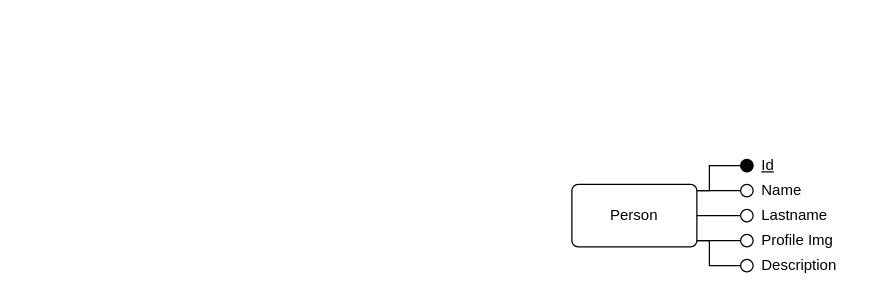
This is DesignDocument/diagrams/ER.drawio from Alenichel/CodiglioniDellOglioNichelini-HypermediaProject, a draw.io file, before an edit. Source tidied: cells renumbered, new cells numbered last; positions are measured from the earlier drawing's top-left corner, leaving out a move shared by most shapes. Both pictures are drawn from the tidied source at 125%, with x=0, y=0 at pixel (571, 152).
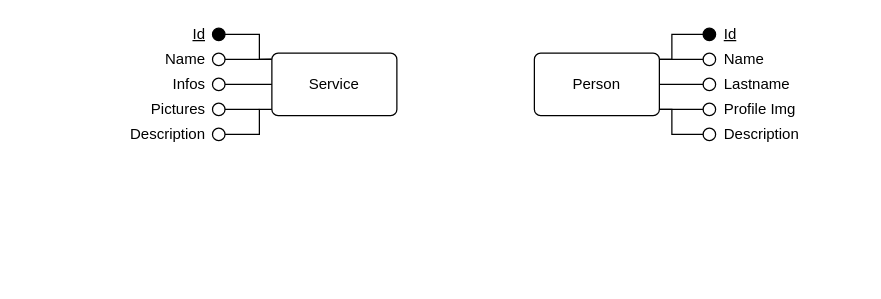
Above is the later version.

The change refers to these unchanged cells:
```xml
<mxCell id="11" style="ellipse;whiteSpace=wrap;html=1;" parent="10" vertex="1">
  <mxGeometry y="5" width="10" height="10" as="geometry" />
</mxCell>
<mxCell id="17" style="ellipse;whiteSpace=wrap;html=1;" parent="16" vertex="1">
  <mxGeometry y="5" width="10" height="10" as="geometry" />
</mxCell>
```

Change to the diagram source:
```diff
@@
+    <mxCell id="23" style="group;" parent="1" vertex="1">
+      <mxGeometry x="-30" y="-105" width="230" height="100" as="geometry" />
+    </mxCell>
+    <mxCell id="24" style="group;" parent="23" vertex="1">
+      <mxGeometry width="230" height="100" as="geometry" />
+    </mxCell>
+    <mxCell id="25" style="group;" parent="24" vertex="1">
+      <mxGeometry width="230" height="100" as="geometry" />
+    </mxCell>
-    <mxCell id="2" value="Person" style="rounded=1;arcSize=10;whiteSpace=wrap;html=1;align=center;" parent="1" vertex="1">
+    <mxCell id="2" value="Person" style="rounded=1;arcSize=10;whiteSpace=wrap;html=1;align=center;" parent="25" vertex="1">
       <mxGeometry y="25" width="100" height="50" as="geometry" />
     </mxCell>
-    <mxCell id="3" style="endArrow=none;html=1;rounded=0;entryX=0;entryY=0.5;entryDx=0;entryDy=0;exitX=1.001;exitY=0.1;exitDx=0;exitDy=0;exitPerimeter=0;" parent="1" edge="1" source="2" target="6">
-      <mxGeometry relative="1" as="geometry">
-        <Array as="points">
-          <mxPoint x="110" y="30" />
-          <mxPoint x="110" y="10" />
-        </Array>
-      </mxGeometry>
-    </mxCell>
-    <mxCell id="4" style="group;" parent="1" vertex="1">
-      <mxGeometry x="135" width="45" height="20" as="geometry" />
-    </mxCell>
-    <mxCell id="5" value="&lt;u&gt;Id&lt;/u&gt;" style="text;html=1;align=left;verticalAlign=middle;" parent="4" vertex="1">
-      <mxGeometry x="15" width="30" height="20" as="geometry" />
-    </mxCell>
-    <mxCell id="6" style="ellipse;whiteSpace=wrap;html=1;fillColor=#000000;" parent="4" vertex="1">
-      <mxGeometry y="5" width="10" height="10" as="geometry" />
-    </mxCell>
-    <mxCell id="7" style="group;" parent="1" vertex="1">
-      <mxGeometry x="135" y="20" width="65" height="20" as="geometry" />
-    </mxCell>
-    <mxCell id="8" style="ellipse;whiteSpace=wrap;html=1;" parent="7" vertex="1">
-      <mxGeometry y="5" width="10" height="10" as="geometry" />
-    </mxCell>
-    <mxCell id="9" value="Name" style="text;html=1;align=left;verticalAlign=middle;" parent="7" vertex="1">
-      <mxGeometry x="15" width="50" height="20" as="geometry" />
-    </mxCell>
+    <mxCell id="26" style="group;" parent="25" vertex="1">
+      <mxGeometry x="100" width="130" height="100" as="geometry" />
+    </mxCell>
+    <mxCell id="27" style="group;" parent="26" vertex="1">
+      <mxGeometry x="35" width="95" height="100" as="geometry" />
+    </mxCell>
-    <mxCell id="10" style="group;" parent="1" vertex="1">
-      <mxGeometry x="135" y="40" width="85" height="20" as="geometry" />
+    <mxCell id="10" style="group;" parent="27" vertex="1">
+      <mxGeometry y="40" width="85" height="20" as="geometry" />
     </mxCell>
@@
-    <mxCell id="13" style="group;" parent="1" vertex="1">
-      <mxGeometry x="135" y="60" width="85" height="20" as="geometry" />
+    <mxCell id="13" style="group;" parent="27" vertex="1">
+      <mxGeometry y="60" width="85" height="20" as="geometry" />
     </mxCell>
@@
-    <mxCell id="16" style="group;" parent="1" vertex="1">
-      <mxGeometry x="135" y="80" width="95" height="20" as="geometry" />
+    <mxCell id="16" style="group;" parent="27" vertex="1">
+      <mxGeometry y="80" width="95" height="20" as="geometry" />
     </mxCell>
@@
+    <mxCell id="28" style="group;" parent="27" vertex="1">
+      <mxGeometry width="65" height="40" as="geometry" />
+    </mxCell>
+    <mxCell id="4" style="group;" parent="28" vertex="1">
+      <mxGeometry width="45" height="20" as="geometry" />
+    </mxCell>
+    <mxCell id="5" value="&lt;u&gt;Id&lt;/u&gt;" style="text;html=1;align=left;verticalAlign=middle;" parent="4" vertex="1">
+      <mxGeometry x="15" width="30" height="20" as="geometry" />
+    </mxCell>
+    <mxCell id="6" style="ellipse;whiteSpace=wrap;html=1;fillColor=#000000;" parent="4" vertex="1">
+      <mxGeometry y="5" width="10" height="10" as="geometry" />
+    </mxCell>
+    <mxCell id="7" style="group;" parent="28" vertex="1">
+      <mxGeometry y="20" width="65" height="20" as="geometry" />
+    </mxCell>
+    <mxCell id="8" style="ellipse;whiteSpace=wrap;html=1;" parent="7" vertex="1">
+      <mxGeometry y="5" width="10" height="10" as="geometry" />
+    </mxCell>
+    <mxCell id="9" value="Name" style="text;html=1;align=left;verticalAlign=middle;" parent="7" vertex="1">
+      <mxGeometry x="15" width="50" height="20" as="geometry" />
+    </mxCell>
+    <mxCell id="29" style="group;" parent="26" vertex="1">
+      <mxGeometry y="10" width="35" height="80" as="geometry" />
+    </mxCell>
+    <mxCell id="21" style="endArrow=none;html=1;rounded=0;exitX=1;exitY=0.5;exitDx=0;exitDy=0;entryX=0;entryY=0.5;entryDx=0;entryDy=0;" parent="29" edge="1">
+      <mxGeometry relative="1" as="geometry">
+        <mxPoint y="60" as="sourcePoint" />
+        <mxPoint x="35" y="60" as="targetPoint" />
+      </mxGeometry>
+    </mxCell>
+    <mxCell id="3" style="endArrow=none;html=1;rounded=0;entryX=0;entryY=0.5;entryDx=0;entryDy=0;exitX=1.001;exitY=0.1;exitDx=0;exitDy=0;exitPerimeter=0;" parent="25" edge="1" source="2" target="6">
+      <mxGeometry relative="1" as="geometry">
+        <Array as="points">
+          <mxPoint x="110" y="30" />
+          <mxPoint x="110" y="10" />
+        </Array>
+      </mxGeometry>
+    </mxCell>
-    <mxCell id="19" style="endArrow=none;html=1;rounded=0;exitX=1.001;exitY=0.101;exitDx=0;exitDy=0;exitPerimeter=0;entryX=0;entryY=0.5;entryDx=0;entryDy=0;" parent="1" edge="1" source="2" target="8">
+    <mxCell id="19" style="endArrow=none;html=1;rounded=0;exitX=1.001;exitY=0.101;exitDx=0;exitDy=0;exitPerimeter=0;entryX=0;entryY=0.5;entryDx=0;entryDy=0;" parent="25" edge="1" source="2" target="8">
       <mxGeometry relative="1" as="geometry">
         <Array as="points">
           <mxPoint x="110" y="30" />
         </Array>
       </mxGeometry>
     </mxCell>
-    <mxCell id="20" style="endArrow=none;html=1;rounded=0;exitX=1;exitY=0.5;exitDx=0;exitDy=0;entryX=0;entryY=0.5;entryDx=0;entryDy=0;" parent="1" edge="1" source="2" target="11">
+    <mxCell id="20" style="endArrow=none;html=1;rounded=0;exitX=1;exitY=0.5;exitDx=0;exitDy=0;entryX=0;entryY=0.5;entryDx=0;entryDy=0;" parent="25" edge="1" source="2" target="11">
       <mxGeometry relative="1" as="geometry" />
     </mxCell>
-    <mxCell id="21" style="endArrow=none;html=1;rounded=0;exitX=1;exitY=0.5;exitDx=0;exitDy=0;entryX=0;entryY=0.5;entryDx=0;entryDy=0;" parent="1" edge="1">
-      <mxGeometry relative="1" as="geometry">
-        <mxPoint x="100" y="70" as="sourcePoint" />
-        <mxPoint x="135" y="70" as="targetPoint" />
-      </mxGeometry>
-    </mxCell>
-    <mxCell id="22" style="endArrow=none;html=1;rounded=0;entryX=0;entryY=0.5;entryDx=0;entryDy=0;exitX=1;exitY=0.899;exitDx=0;exitDy=0;exitPerimeter=0;" parent="1" edge="1" source="2" target="17">
+    <mxCell id="22" style="endArrow=none;html=1;rounded=0;entryX=0;entryY=0.5;entryDx=0;entryDy=0;exitX=1;exitY=0.899;exitDx=0;exitDy=0;exitPerimeter=0;" parent="25" edge="1" source="2" target="17">
       <mxGeometry relative="1" as="geometry">
         <Array as="points">
           <mxPoint x="110" y="70" />
           <mxPoint x="110" y="90" />
         </Array>
       </mxGeometry>
     </mxCell>
+    <mxCell id="30" style="group;" parent="1" vertex="1">
+      <mxGeometry x="-440" y="-105" width="230" height="100" as="geometry" />
+    </mxCell>
+    <mxCell id="31" style="group;" parent="30" vertex="1">
+      <mxGeometry width="230" height="100" as="geometry" />
+    </mxCell>
+    <mxCell id="32" style="group;" parent="31" vertex="1">
+      <mxGeometry width="230" height="100" as="geometry" />
+    </mxCell>
+    <mxCell id="33" style="group;" parent="32" vertex="1">
+      <mxGeometry x="67.5" width="95" height="100" as="geometry" />
+    </mxCell>
+    <mxCell id="34" style="group;" parent="33" vertex="1">
+      <mxGeometry width="95" height="100" as="geometry" />
+    </mxCell>
+    <mxCell id="35" style="group;" parent="34" vertex="1">
+      <mxGeometry y="80" width="95" height="20" as="geometry" />
+    </mxCell>
+    <mxCell id="36" style="ellipse;whiteSpace=wrap;html=1;" parent="35" vertex="1">
+      <mxGeometry x="85" y="5" width="10" height="10" as="geometry" />
+    </mxCell>
+    <mxCell id="37" value="Description" style="text;html=1;align=right;verticalAlign=middle;" parent="35" vertex="1">
+      <mxGeometry width="80" height="20" as="geometry" />
+    </mxCell>
+    <mxCell id="38" style="group;" parent="34" vertex="1">
+      <mxGeometry x="20" width="75" height="80" as="geometry" />
+    </mxCell>
+    <mxCell id="39" style="group;" parent="38" vertex="1">
+      <mxGeometry x="10" y="20" width="65" height="20" as="geometry" />
+    </mxCell>
+    <mxCell id="40" value="Name" style="text;html=1;align=right;verticalAlign=middle;" parent="39" vertex="1">
+      <mxGeometry width="50" height="20" as="geometry" />
+    </mxCell>
+    <mxCell id="41" style="group;" parent="39" vertex="1">
+      <mxGeometry x="55" y="5" width="10" height="10" as="geometry" />
+    </mxCell>
+    <mxCell id="42" style="ellipse;whiteSpace=wrap;html=1;" parent="41" vertex="1">
+      <mxGeometry width="10" height="10" as="geometry" />
+    </mxCell>
+    <mxCell id="43" style="group;" parent="38" vertex="1">
+      <mxGeometry y="60" width="75" height="20" as="geometry" />
+    </mxCell>
+    <mxCell id="44" style="ellipse;whiteSpace=wrap;html=1;" parent="43" vertex="1">
+      <mxGeometry x="65" y="5" width="10" height="10" as="geometry" />
+    </mxCell>
+    <mxCell id="45" value="Pictures" style="text;html=1;align=right;verticalAlign=middle;" parent="43" vertex="1">
+      <mxGeometry width="60" height="20" as="geometry" />
+    </mxCell>
+    <mxCell id="46" style="group;" parent="38" vertex="1">
+      <mxGeometry x="20" width="55" height="60" as="geometry" />
+    </mxCell>
+    <mxCell id="47" style="group;" parent="46" vertex="1">
+      <mxGeometry x="10" width="45" height="20" as="geometry" />
+    </mxCell>
+    <mxCell id="48" value="&lt;u&gt;Id&lt;/u&gt;" style="text;html=1;align=right;verticalAlign=middle;" parent="47" vertex="1">
+      <mxGeometry width="30" height="20" as="geometry" />
+    </mxCell>
+    <mxCell id="49" style="ellipse;whiteSpace=wrap;html=1;fillColor=#000000;" parent="47" vertex="1">
+      <mxGeometry x="35" y="5" width="10" height="10" as="geometry" />
+    </mxCell>
+    <mxCell id="50" style="group;" parent="46" vertex="1">
+      <mxGeometry y="40" width="55" height="20" as="geometry" />
+    </mxCell>
+    <mxCell id="51" style="ellipse;whiteSpace=wrap;html=1;" parent="50" vertex="1">
+      <mxGeometry x="45" y="5" width="10" height="10" as="geometry" />
+    </mxCell>
+    <mxCell id="52" value="Infos" style="text;html=1;align=right;verticalAlign=middle;" parent="50" vertex="1">
+      <mxGeometry width="40" height="20" as="geometry" />
+    </mxCell>
+    <mxCell id="53" value="Service" style="rounded=1;arcSize=10;whiteSpace=wrap;html=1;align=center;" parent="1" vertex="1">
+      <mxGeometry x="-240" y="-80" width="100" height="50" as="geometry" />
+    </mxCell>
+    <mxCell id="54" style="endArrow=none;html=1;rounded=0;exitX=1;exitY=0.5;exitDx=0;exitDy=0;entryX=0;entryY=0.1;entryDx=0;entryDy=0;entryPerimeter=0;" parent="1" edge="1" source="42" target="53">
+      <mxGeometry relative="1" as="geometry" />
+    </mxCell>
+    <mxCell id="55" style="endArrow=none;html=1;rounded=0;entryX=0;entryY=0.5;entryDx=0;entryDy=0;exitX=1;exitY=0.5;exitDx=0;exitDy=0;" parent="1" edge="1" source="51" target="53">
+      <mxGeometry relative="1" as="geometry" />
+    </mxCell>
+    <mxCell id="56" style="endArrow=none;html=1;rounded=0;exitX=1;exitY=0.5;exitDx=0;exitDy=0;horizontal=0;entryX=0;entryY=0.899;entryDx=0;entryDy=0;entryPerimeter=0;" parent="1" edge="1" source="36" target="53">
+      <mxGeometry relative="1" as="geometry">
+        <Array as="points">
+          <mxPoint x="-250" y="-15" />
+          <mxPoint x="-250" y="-35" />
+        </Array>
+      </mxGeometry>
+    </mxCell>
+    <mxCell id="57" style="endArrow=none;html=1;rounded=0;exitX=1;exitY=0.5;exitDx=0;exitDy=0;" parent="1" edge="1" source="44">
+      <mxGeometry relative="1" as="geometry">
+        <mxPoint x="-250" y="-35" as="targetPoint" />
+      </mxGeometry>
+    </mxCell>
+    <mxCell id="58" style="endArrow=none;html=1;rounded=0;exitX=1;exitY=0.5;exitDx=0;exitDy=0;entryX=-0.002;entryY=0.097;entryDx=0;entryDy=0;entryPerimeter=0;" parent="1" edge="1" source="49" target="53">
+      <mxGeometry relative="1" as="geometry">
+        <Array as="points">
+          <mxPoint x="-250" y="-95" />
+          <mxPoint x="-250" y="-75" />
+        </Array>
+      </mxGeometry>
+    </mxCell>
```
